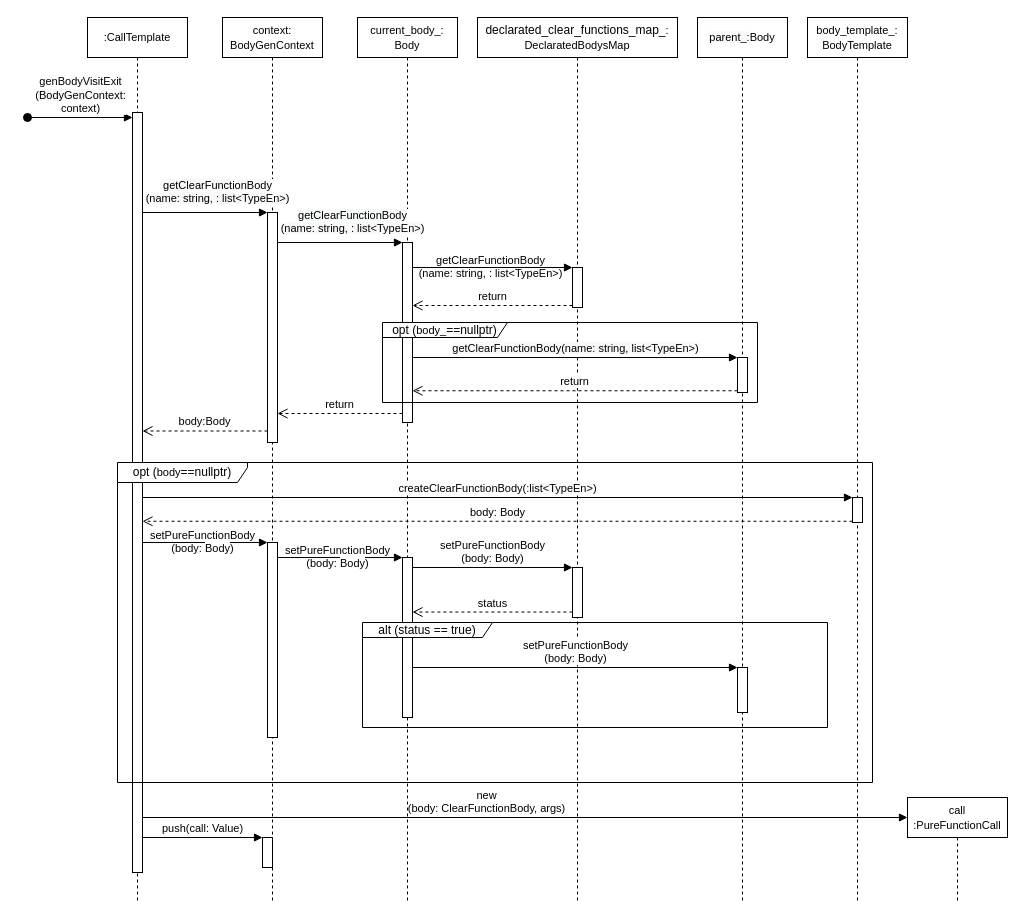
Above: page "Страница 2" (2 of 4) of temp.drawio in savvakonst/express_ex (draw.io), before the change. Source tidied: cells renumbered, new cells numbered last; positions are measured from the earlier drawing's top-left corner, leaving out a move shared by most shapes. Both pictures are drawn from the tidied source at 100%, with x=0, y=0 at pixel (27, 17).
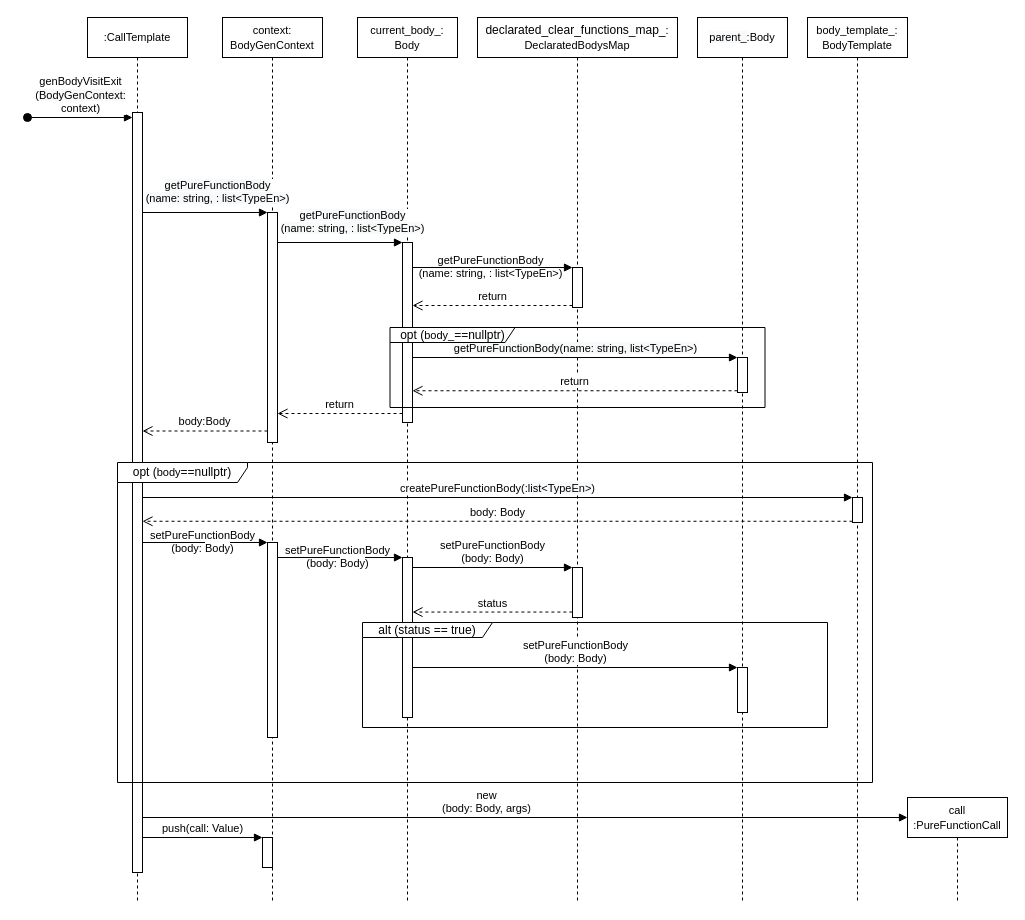
The same diagram, later.

The change refers to these unchanged cells:
```xml
<mxCell id="3" style="html=1;points=[];perimeter=orthogonalPerimeter;" parent="2" vertex="1">
  <mxGeometry x="45" y="225" width="10" height="180" as="geometry" />
</mxCell>
<mxCell id="6" style="html=1;points=[];perimeter=orthogonalPerimeter;" parent="5" vertex="1">
  <mxGeometry x="95" y="250" width="10" height="40" as="geometry" />
</mxCell>
<mxCell id="9" style="html=1;points=[];perimeter=orthogonalPerimeter;" parent="8" vertex="1">
  <mxGeometry x="45" y="195" width="10" height="230" as="geometry" />
</mxCell>
<mxCell id="12" style="html=1;points=[];perimeter=orthogonalPerimeter;" parent="11" vertex="1">
  <mxGeometry x="45" y="95" width="10" height="760" as="geometry" />
</mxCell>
<mxCell id="19" style="html=1;points=[];perimeter=orthogonalPerimeter;" parent="18" vertex="1">
  <mxGeometry x="40" y="340" width="10" height="35" as="geometry" />
</mxCell>
<mxCell id="27" style="html=1;points=[];perimeter=orthogonalPerimeter;" parent="26" vertex="1">
  <mxGeometry x="45" y="480" width="10" height="25" as="geometry" />
</mxCell>
<mxCell id="30" value="&lt;font style=&quot;font-size: 11px&quot;&gt;call&lt;br&gt;:Pure&lt;/font&gt;&lt;span style=&quot;font-size: 11px ; text-align: left ; background-color: rgb(255 , 255 , 255)&quot;&gt;FunctionCall&lt;/span&gt;" style="shape=umlLifeline;perimeter=lifelinePerimeter;whiteSpace=wrap;html=1;" parent="1" vertex="1">
  <mxGeometry x="880" y="780" width="100" height="105" as="geometry" />
</mxCell>
```

The edit, as a diff of the source:
```diff
@@
-    <mxCell id="14" value="&lt;span style=&quot;text-align: left ; background-color: rgb(248 , 249 , 250)&quot;&gt;getClearFunctionBody&lt;br&gt;(&lt;/span&gt;&lt;span style=&quot;text-align: left ; background-color: rgb(248 , 249 , 250)&quot;&gt;name:&amp;nbsp;&lt;/span&gt;&lt;span style=&quot;text-align: left ; background-color: rgb(248 , 249 , 250)&quot;&gt;string, : list&amp;lt;TypeEn&amp;gt;&lt;/span&gt;&lt;span style=&quot;text-align: left ; background-color: rgb(248 , 249 , 250)&quot;&gt;)&lt;/span&gt;" style="html=1;verticalAlign=bottom;endArrow=block;entryX=0;entryY=0;" parent="1" edge="1" source="12" target="9">
+    <mxCell id="14" value="&lt;span style=&quot;text-align: left ; background-color: rgb(248 , 249 , 250)&quot;&gt;getPureFunctionBody&lt;br&gt;&lt;/span&gt;&lt;span style=&quot;text-align: left ; background-color: rgb(248 , 249 , 250)&quot;&gt;(&lt;/span&gt;&lt;span style=&quot;text-align: left ; background-color: rgb(248 , 249 , 250)&quot;&gt;name:&amp;nbsp;&lt;/span&gt;&lt;span style=&quot;text-align: left ; background-color: rgb(248 , 249 , 250)&quot;&gt;string, : list&amp;lt;TypeEn&amp;gt;&lt;/span&gt;&lt;span style=&quot;text-align: left ; background-color: rgb(248 , 249 , 250)&quot;&gt;)&lt;/span&gt;" style="html=1;verticalAlign=bottom;endArrow=block;entryX=0;entryY=0;" parent="1" edge="1" source="12" target="9">
       <mxGeometry x="0.2" y="5" relative="1" as="geometry" />
     </mxCell>
@@
-    <mxCell id="16" value="&lt;font style=&quot;font-size: 11px&quot;&gt;&lt;span style=&quot;text-align: left ; background-color: rgb(248 , 249 , 250)&quot;&gt;getClearFunctionBody&lt;br&gt;(name:&amp;nbsp;&lt;/span&gt;&lt;span style=&quot;text-align: left ; background-color: rgb(248 , 249 , 250)&quot;&gt;string, :&amp;nbsp;&lt;/span&gt;&lt;span style=&quot;text-align: left ; background-color: rgb(248 , 249 , 250)&quot;&gt;list&amp;lt;TypeEn&amp;gt;&lt;/span&gt;&lt;span style=&quot;text-align: left ; background-color: rgb(248 , 249 , 250)&quot;&gt;)&lt;/span&gt;&lt;/font&gt;" style="html=1;verticalAlign=bottom;endArrow=block;entryX=0;entryY=0;" parent="1" edge="1" source="9" target="3">
+    <mxCell id="16" value="&lt;font style=&quot;font-size: 11px&quot;&gt;&lt;span style=&quot;text-align: left ; background-color: rgb(248 , 249 , 250)&quot;&gt;getPureFunctionBody&lt;br&gt;&lt;/span&gt;&lt;span style=&quot;text-align: left ; background-color: rgb(248 , 249 , 250)&quot;&gt;(name:&amp;nbsp;&lt;/span&gt;&lt;span style=&quot;text-align: left ; background-color: rgb(248 , 249 , 250)&quot;&gt;string, :&amp;nbsp;&lt;/span&gt;&lt;span style=&quot;text-align: left ; background-color: rgb(248 , 249 , 250)&quot;&gt;list&amp;lt;TypeEn&amp;gt;&lt;/span&gt;&lt;span style=&quot;text-align: left ; background-color: rgb(248 , 249 , 250)&quot;&gt;)&lt;/span&gt;&lt;/font&gt;" style="html=1;verticalAlign=bottom;endArrow=block;entryX=0;entryY=0;" parent="1" edge="1" source="9" target="3">
       <mxGeometry x="0.2" y="5" relative="1" as="geometry" />
     </mxCell>
@@
-    <mxCell id="20" value="&lt;span style=&quot;text-align: left&quot;&gt;getClearFunctionBody&lt;br&gt;(name:&amp;nbsp;&lt;/span&gt;&lt;span style=&quot;text-align: left&quot;&gt;string, :&amp;nbsp;&lt;/span&gt;&lt;span style=&quot;text-align: left&quot;&gt;list&amp;lt;TypeEn&amp;gt;&lt;/span&gt;&lt;span style=&quot;text-align: left&quot;&gt;)&lt;/span&gt;" style="html=1;verticalAlign=bottom;endArrow=block;entryX=0;entryY=0;labelBackgroundColor=none;" parent="1" edge="1" source="3" target="6">
+    <mxCell id="20" value="&lt;span style=&quot;text-align: left&quot;&gt;getPureFunctionBody&lt;br&gt;(name:&amp;nbsp;&lt;/span&gt;&lt;span style=&quot;text-align: left&quot;&gt;string, :&amp;nbsp;&lt;/span&gt;&lt;span style=&quot;text-align: left&quot;&gt;list&amp;lt;TypeEn&amp;gt;&lt;/span&gt;&lt;span style=&quot;text-align: left&quot;&gt;)&lt;/span&gt;" style="html=1;verticalAlign=bottom;endArrow=block;entryX=0;entryY=0;labelBackgroundColor=none;" parent="1" edge="1" source="3" target="6">
       <mxGeometry x="-0.02" y="-15" relative="1" as="geometry" />
     </mxCell>
@@
-    <mxCell id="22" value="&lt;span style=&quot;text-align: left ; background-color: rgb(248 , 249 , 250)&quot;&gt;getClearFunctionBody(name:&amp;nbsp;&lt;/span&gt;&lt;span style=&quot;text-align: left ; background-color: rgb(248 , 249 , 250)&quot;&gt;string,&amp;nbsp;&lt;/span&gt;&lt;span style=&quot;text-align: left ; background-color: rgb(248 , 249 , 250)&quot;&gt;list&amp;lt;TypeEn&amp;gt;&lt;/span&gt;&lt;span style=&quot;text-align: left ; background-color: rgb(248 , 249 , 250)&quot;&gt;)&lt;/span&gt;" style="html=1;verticalAlign=bottom;endArrow=block;entryX=0;entryY=0;" parent="1" edge="1" source="3" target="19">
+    <mxCell id="22" value="&lt;span style=&quot;text-align: left ; background-color: rgb(248 , 249 , 250)&quot;&gt;getPureFunctionBody(name:&amp;nbsp;&lt;/span&gt;&lt;span style=&quot;text-align: left ; background-color: rgb(248 , 249 , 250)&quot;&gt;string,&amp;nbsp;&lt;/span&gt;&lt;span style=&quot;text-align: left ; background-color: rgb(248 , 249 , 250)&quot;&gt;list&amp;lt;TypeEn&amp;gt;&lt;/span&gt;&lt;span style=&quot;text-align: left ; background-color: rgb(248 , 249 , 250)&quot;&gt;)&lt;/span&gt;" style="html=1;verticalAlign=bottom;endArrow=block;entryX=0;entryY=0;" parent="1" edge="1" source="3" target="19">
       <mxGeometry relative="1" as="geometry" />
     </mxCell>
@@
     <mxCell id="25" value="opt (&lt;span style=&quot;font-size: 11px ; background-color: rgb(255 , 255 , 255)&quot;&gt;body_&lt;/span&gt;==nullptr)" style="shape=umlFrame;whiteSpace=wrap;html=1;width=125;height=15;" parent="1" vertex="1">
-      <mxGeometry x="355" y="305" width="375" height="80" as="geometry" />
+      <mxGeometry x="362.5" y="310" width="375" height="80" as="geometry" />
     </mxCell>
@@
-    <mxCell id="28" value="createClearFunctionBody(:&lt;span style=&quot;text-align: left ; background-color: rgb(248 , 249 , 250)&quot;&gt;list&amp;lt;TypeEn&amp;gt;&lt;/span&gt;)" style="html=1;verticalAlign=bottom;endArrow=block;entryX=0;entryY=0;" parent="1" edge="1" source="12" target="27">
+    <mxCell id="28" value="createPureFunctionBody(:&lt;span style=&quot;text-align: left ; background-color: rgb(248 , 249 , 250)&quot;&gt;list&amp;lt;TypeEn&amp;gt;&lt;/span&gt;)" style="html=1;verticalAlign=bottom;endArrow=block;entryX=0;entryY=0;" parent="1" edge="1" source="12" target="27">
       <mxGeometry relative="1" as="geometry" />
     </mxCell>
@@
-    <mxCell id="31" value="new&lt;br&gt;(body: ClearFunctionBody, args)" style="html=1;verticalAlign=bottom;endArrow=block;labelBackgroundColor=#ffffff;" parent="30" edge="1" source="12">
+    <mxCell id="31" value="new&lt;br&gt;(body: Body, args)" style="html=1;verticalAlign=bottom;endArrow=block;labelBackgroundColor=#ffffff;" parent="30" edge="1" source="12">
       <mxGeometry x="-0.1" relative="1" as="geometry">
         <mxPoint y="20" as="targetPoint" />
       </mxGeometry>
     </mxCell>
```
